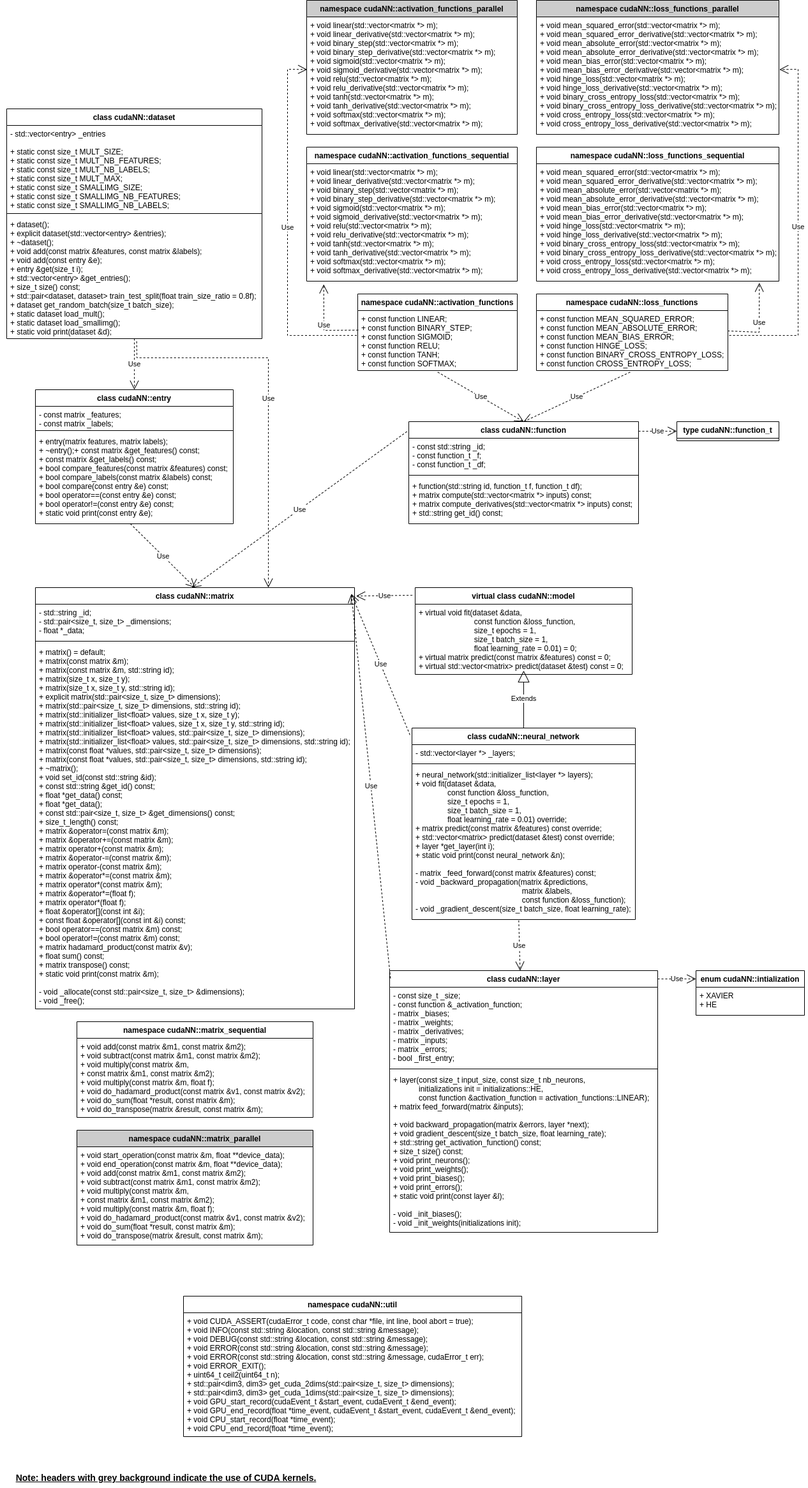
This is res/architecture.png from EAGEA/Neural-Network-CUDA-Library, a draw.io export, as it was before one commit. Source tidied: cells renumbered, new cells last; positions are measured from the earlier drawing's top-left corner, leaving out a move shared by most shapes.
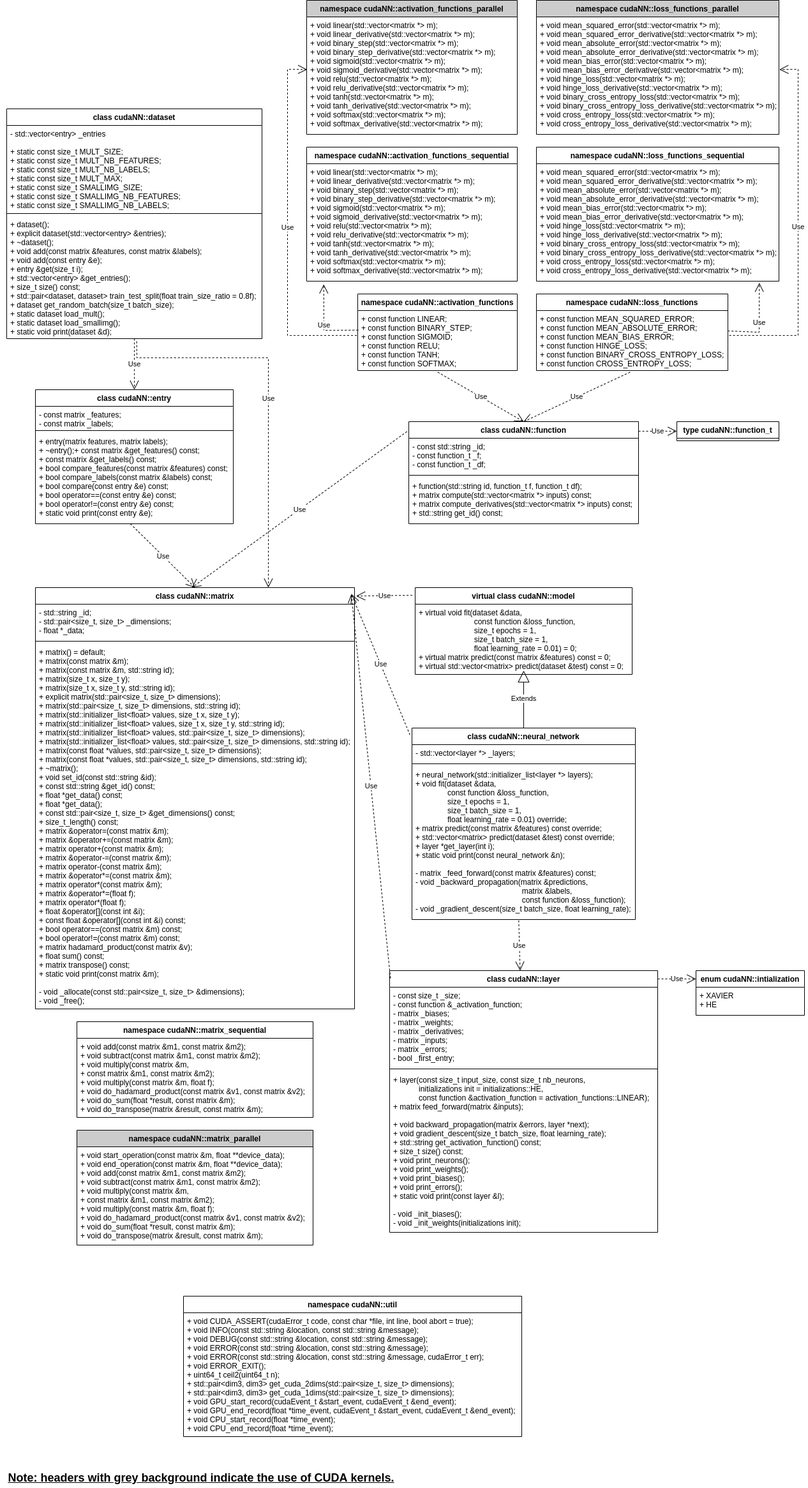
Later version of the same file.

Commit message:
Small changes in UML diagram.

The edit, as a diff of the source:
```diff
@@ -234,8 +234,8 @@
         <mxPoint x="1090" y="1533" as="targetPoint" />
       </mxGeometry>
     </mxCell>
-    <mxCell id="66" value="&lt;b&gt;&lt;font style=&quot;font-size: 14px&quot;&gt;&lt;u&gt;Note: headers with grey background indicate the use of CUDA kernels.&lt;/u&gt;&lt;/font&gt;&lt;/b&gt;" style="text;html=1;strokeColor=none;fillColor=none;align=center;verticalAlign=middle;whiteSpace=wrap;rounded=0;" parent="1" vertex="1">
-      <mxGeometry y="2300" width="520" height="30" as="geometry" />
+    <mxCell id="66" value="&lt;b&gt;&lt;font style=&quot;font-size: 18px&quot;&gt;&lt;u&gt;Note: headers with grey background indicate the use of CUDA kernels.&lt;/u&gt;&lt;/font&gt;&lt;/b&gt;" style="text;html=1;strokeColor=none;fillColor=none;align=center;verticalAlign=middle;whiteSpace=wrap;rounded=0;" parent="1" vertex="1">
+      <mxGeometry y="2300" width="630" height="30" as="geometry" />
     </mxCell>
   </root>
 </mxGraphModel>
```
